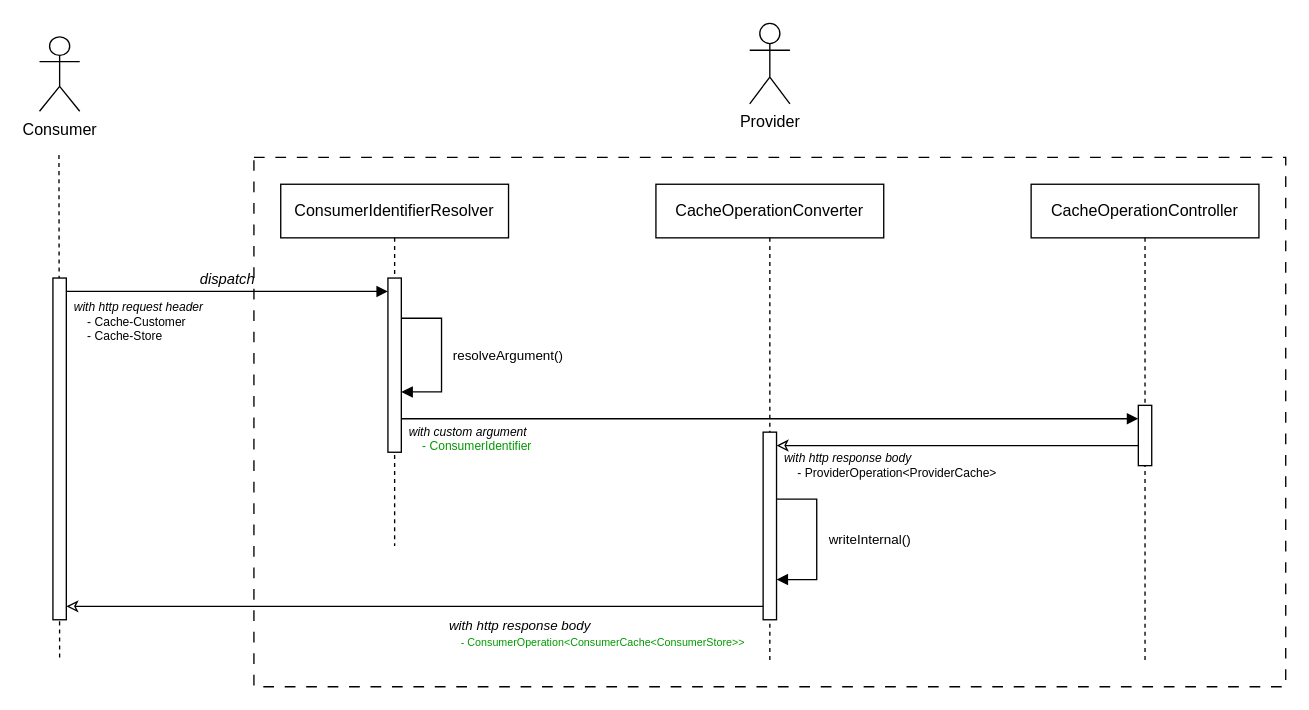
The draw.io diagram assets/retrieval.drawio in RicciLiao/ricci-mcp-svc, before the edit. Source tidied: cells renumbered, new cells numbered last; positions are measured from the earlier drawing's top-left corner, leaving out a move shared by most shapes. Both pictures are drawn from the tidied source at 134%, with x=0, y=0 at pixel (39, 23).
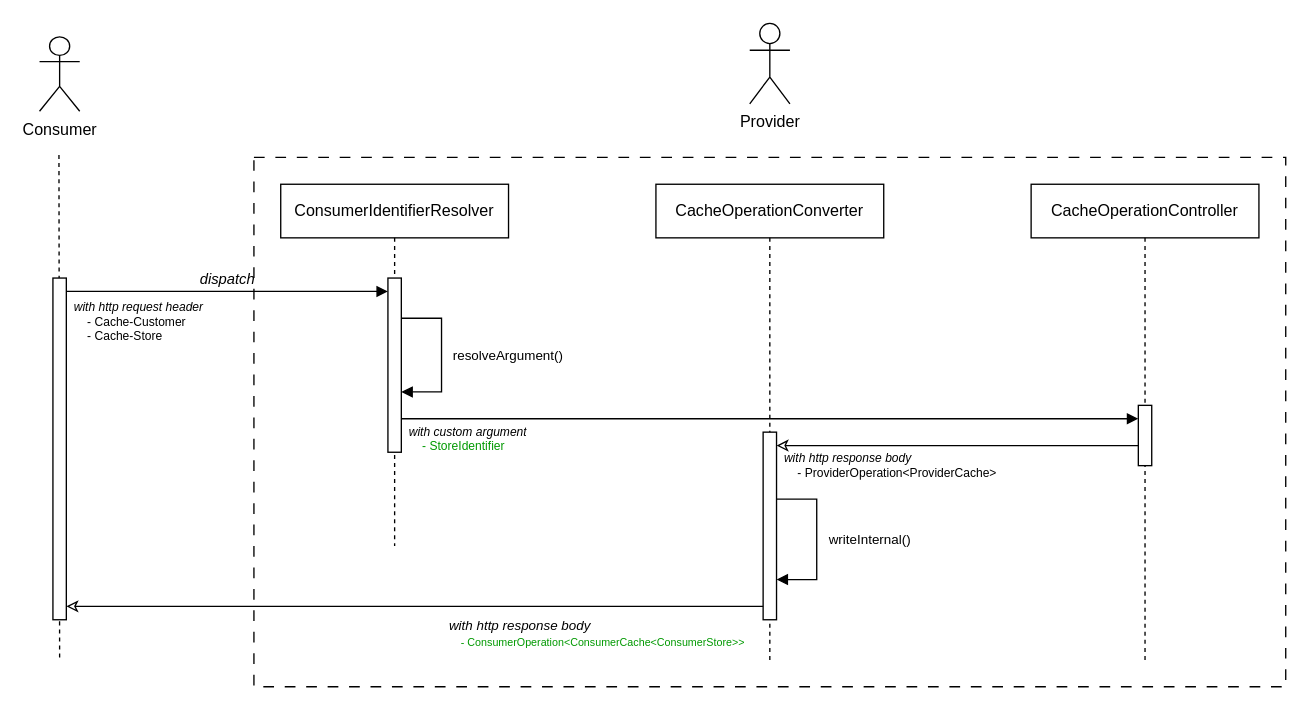
Above is the later version.

What changed in the source:
```diff
@@
-    <mxCell id="16" value="&lt;font&gt;&lt;i&gt;with custom argument&lt;/i&gt;&lt;/font&gt;&lt;div&gt;&lt;font style=&quot;color: rgb(0, 153, 0);&quot;&gt;&amp;nbsp; &amp;nbsp; -&amp;nbsp;ConsumerIdentifier&lt;/font&gt;&lt;/div&gt;" style="text;align=left;verticalAlign=middle;spacingLeft=4;spacingRight=4;overflow=hidden;whiteSpace=wrap;html=1;fontSize=9;" parent="1" vertex="1">
+    <mxCell id="16" value="&lt;font&gt;&lt;i&gt;with custom argument&lt;/i&gt;&lt;/font&gt;&lt;div&gt;&lt;font style=&quot;color: rgb(0, 153, 0);&quot;&gt;&amp;nbsp; &amp;nbsp; -&amp;nbsp;StoreIdentifier&lt;/font&gt;&lt;/div&gt;" style="text;align=left;verticalAlign=middle;spacingLeft=4;spacingRight=4;overflow=hidden;whiteSpace=wrap;html=1;fontSize=9;" parent="1" vertex="1">
       <mxGeometry x="270" y="295" width="270" height="30" as="geometry" />
     </mxCell>
```
